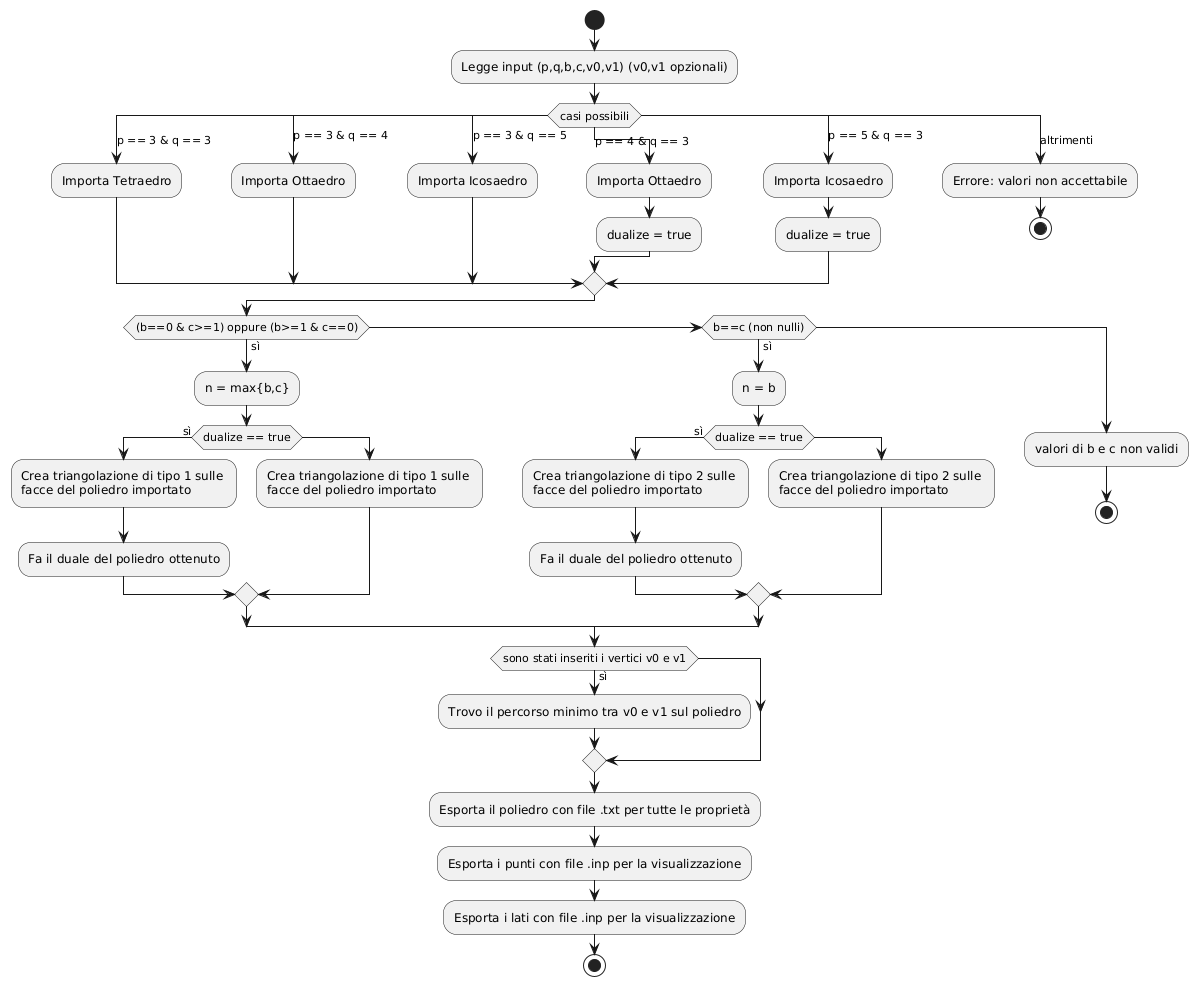
Above: Documentation/main.png in Arianna2953/ProgettoPCS2025 (PlantUML), before the change.
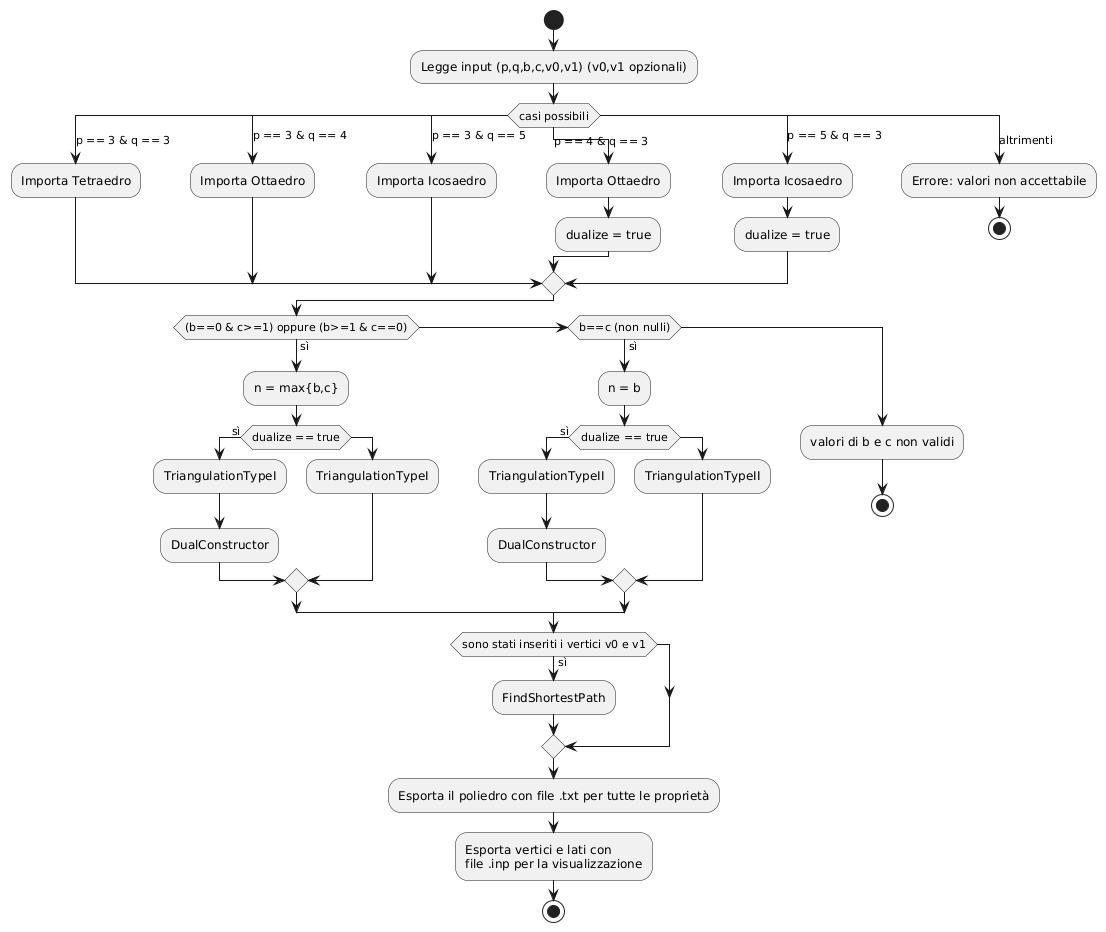
Above is the later version.

The edit, as a diff of the source:
```diff
@@ -24,18 +24,18 @@
 if ((b==0 & c>=1) oppure (b>=1 & c==0)) then (sì)
     :n = max{b,c};
     if (dualize == true) then (sì)
-        :Crea triangolazione di tipo 1 sulle \nfacce del poliedro importato;
-        :Fa il duale del poliedro ottenuto;
+        :TriangulationTypeI;
+        :DualConstructor;
     else
-        :Crea triangolazione di tipo 1 sulle \nfacce del poliedro importato;
+        :TriangulationTypeI;
     endif
 elseif (b==c (non nulli)) then (sì)
     :n = b;
     if (dualize == true) then (sì)
-        :Crea triangolazione di tipo 2 sulle \nfacce del poliedro importato;
-        :Fa il duale del poliedro ottenuto;
+        :TriangulationTypeII;
+        :DualConstructor;
     else
-        :Crea triangolazione di tipo 2 sulle \nfacce del poliedro importato;
+        :TriangulationTypeII;
     endif
 
 else
@@ -43,10 +43,10 @@
     stop
 endif
 if (sono stati inseriti i vertici v0 e v1) then (sì)
- :Trovo il percorso minimo tra v0 e v1 sul poliedro;
+ :FindShortestPath;
 endif
     :Esporta il poliedro con file .txt per tutte le proprietà;
-    :Esporta i punti con file .inp per la visualizzazione;
-    :Esporta i lati con file .inp per la visualizzazione;
+    :Esporta vertici e lati con
+    file .inp per la visualizzazione;
     stop
 @enduml
```
